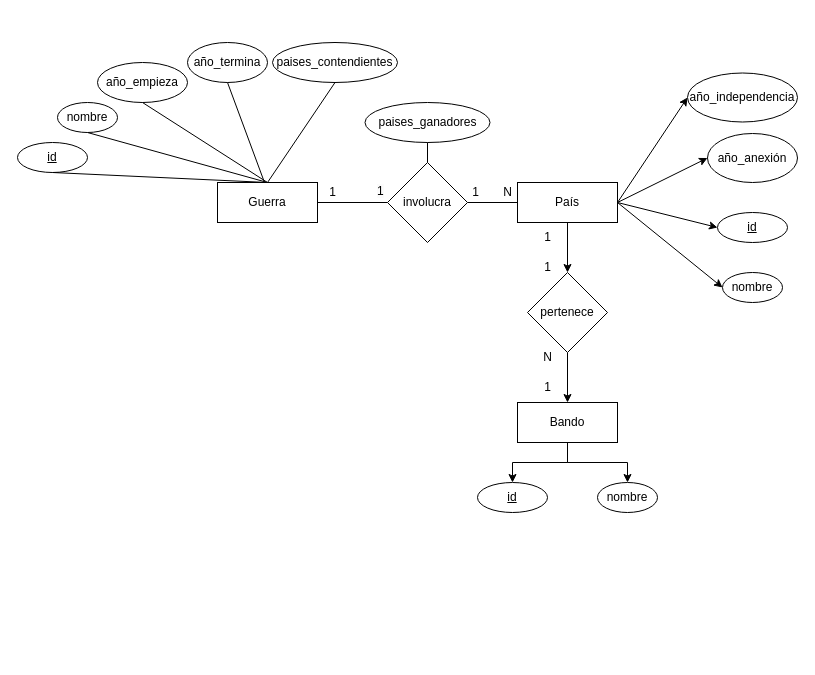
adriii28/amr-tsys-C3U12-11102023 keeps this draw.io diagram as ej4.drawio. Above is the earlier version. Source tidied: cells renumbered, new cells numbered last; positions are measured from the earlier drawing's top-left corner, leaving out a move shared by most shapes. Both pictures are drawn from the tidied source at 100%, with x=0, y=0 at pixel (17, 42).
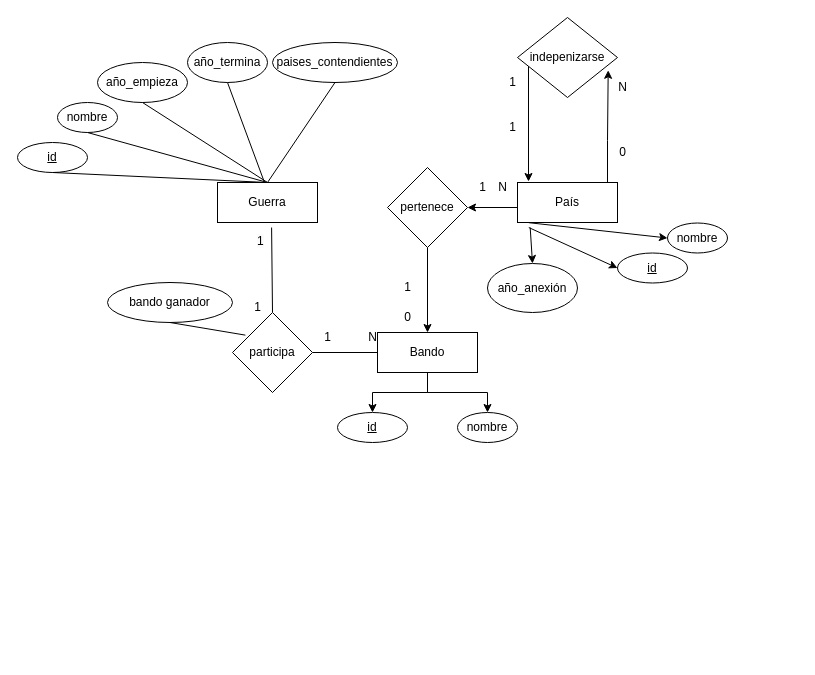
The same page after the edit.

The change refers to these unchanged cells:
```xml
<mxCell id="3" value="Guerra" style="whiteSpace=wrap;html=1;align=center;" parent="1" vertex="1">
  <mxGeometry x="200" y="140" width="100" height="40" as="geometry" />
</mxCell>
<mxCell id="5" value="País" style="whiteSpace=wrap;html=1;align=center;" parent="1" vertex="1">
  <mxGeometry x="500" y="140" width="100" height="40" as="geometry" />
</mxCell>
```

Change to the diagram source:
```diff
@@
-    <mxCell id="2" style="edgeStyle=orthogonalEdgeStyle;rounded=0;jettySize=auto;html=1;entryX=0.5;entryY=0;entryDx=0;entryDy=0;exitX=0.5;exitY=1;exitDx=0;exitDy=0;" parent="1" edge="1" source="5" target="19">
-      <mxGeometry relative="1" as="geometry" />
+    <mxCell id="2" style="edgeStyle=orthogonalEdgeStyle;rounded=0;jettySize=auto;html=1;entryX=1;entryY=0.5;entryDx=0;entryDy=0;exitX=0;exitY=0.5;exitDx=0;exitDy=0;" parent="1" edge="1" source="5" target="19">
+      <mxGeometry relative="1" as="geometry">
+        <Array as="points">
+          <mxPoint x="500" y="165" />
+        </Array>
+      </mxGeometry>
     </mxCell>
@@
-    <mxCell id="4" style="rounded=0;jettySize=auto;html=1;entryX=0;entryY=0.5;entryDx=0;entryDy=0;exitX=1;exitY=0.5;exitDx=0;exitDy=0;" parent="1" edge="1" source="5" target="21">
-      <mxGeometry relative="1" as="geometry" />
-    </mxCell>
+    <mxCell id="45" style="edgeStyle=orthogonalEdgeStyle;rounded=0;jettySize=auto;html=1;entryX=0.907;entryY=0.66;entryDx=0;entryDy=0;entryPerimeter=0;" parent="1" edge="1" source="5" target="46">
+      <mxGeometry relative="1" as="geometry">
+        <Array as="points">
+          <mxPoint x="590" y="98" />
+          <mxPoint x="591" y="98" />
+        </Array>
+      </mxGeometry>
+    </mxCell>
@@
-    <mxCell id="10" style="endArrow=none;html=1;rounded=0;entryX=1;entryY=0.5;entryDx=0;entryDy=0;" parent="1" edge="1" target="3">
-      <mxGeometry relative="1" as="geometry">
-        <mxPoint x="370" y="160" as="sourcePoint" />
-      </mxGeometry>
+    <mxCell id="10" style="endArrow=none;html=1;rounded=0;entryX=0.541;entryY=1.126;entryDx=0;entryDy=0;exitX=0.5;exitY=0;exitDx=0;exitDy=0;entryPerimeter=0;" parent="1" edge="1" source="12" target="3">
+      <mxGeometry relative="1" as="geometry" />
     </mxCell>
-    <mxCell id="11" style="endArrow=none;html=1;rounded=0;exitX=0;exitY=0.5;exitDx=0;exitDy=0;entryX=1;entryY=0.5;entryDx=0;entryDy=0;" parent="1" edge="1" source="5" target="12">
+    <mxCell id="11" style="endArrow=none;html=1;rounded=0;exitX=0;exitY=0.5;exitDx=0;exitDy=0;entryX=1;entryY=0.5;entryDx=0;entryDy=0;" parent="1" edge="1" source="38" target="12">
       <mxGeometry relative="1" as="geometry" />
     </mxCell>
-    <mxCell id="12" value="involucra" style="rhombus;whiteSpace=wrap;html=1;" parent="1" vertex="1">
-      <mxGeometry x="370" y="120" width="80" height="80" as="geometry" />
+    <mxCell id="12" value="participa" style="rhombus;whiteSpace=wrap;html=1;" parent="1" vertex="1">
+      <mxGeometry x="215" y="270" width="80" height="80" as="geometry" />
     </mxCell>
@@
-    <mxCell id="15" value="paises_ganadores" style="ellipse;whiteSpace=wrap;html=1;" parent="1" vertex="1">
-      <mxGeometry x="347.5" y="60" width="125" height="40" as="geometry" />
+    <mxCell id="15" value="bando ganador" style="ellipse;whiteSpace=wrap;html=1;" parent="1" vertex="1">
+      <mxGeometry x="90" y="240" width="125" height="40" as="geometry" />
     </mxCell>
-    <mxCell id="16" style="endArrow=none;html=1;rounded=0;entryX=0.5;entryY=0;entryDx=0;entryDy=0;exitX=0.5;exitY=1;exitDx=0;exitDy=0;" parent="1" edge="1" source="15" target="12">
+    <mxCell id="16" style="endArrow=none;html=1;rounded=0;entryX=0.161;entryY=0.283;entryDx=0;entryDy=0;exitX=0.5;exitY=1;exitDx=0;exitDy=0;entryPerimeter=0;" parent="1" edge="1" source="15" target="12">
       <mxGeometry relative="1" as="geometry" />
     </mxCell>
@@
-    <mxCell id="18" style="edgeStyle=orthogonalEdgeStyle;rounded=0;jettySize=auto;html=1;entryX=0.5;entryY=0;entryDx=0;entryDy=0;" parent="1" edge="1" source="19" target="38">
+    <mxCell id="18" style="edgeStyle=orthogonalEdgeStyle;rounded=0;jettySize=auto;html=1;entryX=0.5;entryY=0;entryDx=0;entryDy=0;exitX=0.5;exitY=1;exitDx=0;exitDy=0;" parent="1" edge="1" source="19" target="38">
       <mxGeometry relative="1" as="geometry" />
     </mxCell>
     <mxCell id="19" value="pertenece" style="rhombus;whiteSpace=wrap;html=1;" parent="1" vertex="1">
-      <mxGeometry x="510" y="230" width="80" height="80" as="geometry" />
+      <mxGeometry x="370" y="125" width="80" height="80" as="geometry" />
     </mxCell>
     <mxCell id="20" value="&lt;u&gt;id&lt;/u&gt;" style="ellipse;whiteSpace=wrap;html=1;align=center;" parent="1" vertex="1">
-      <mxGeometry x="700" y="170" width="70" height="30" as="geometry" />
+      <mxGeometry x="600" y="210.5" width="70" height="30" as="geometry" />
     </mxCell>
-    <mxCell id="21" value="año_independencia" style="ellipse;whiteSpace=wrap;html=1;align=center;" parent="1" vertex="1">
-      <mxGeometry x="670" y="30.5" width="110" height="49" as="geometry" />
-    </mxCell>
     <mxCell id="22" value="año_anexión" style="ellipse;whiteSpace=wrap;html=1;align=center;" parent="1" vertex="1">
-      <mxGeometry x="690" y="91" width="90" height="49" as="geometry" />
+      <mxGeometry x="470" y="221" width="90" height="49" as="geometry" />
     </mxCell>
     <mxCell id="23" value="nombre" style="ellipse;whiteSpace=wrap;html=1;align=center;" parent="1" vertex="1">
-      <mxGeometry x="705" y="230" width="60" height="30" as="geometry" />
+      <mxGeometry x="650" y="180.5" width="60" height="30" as="geometry" />
     </mxCell>
@@
-    <mxCell id="29" style="rounded=0;jettySize=auto;html=1;entryX=0;entryY=0.5;entryDx=0;entryDy=0;exitX=1;exitY=0.5;exitDx=0;exitDy=0;" parent="1" edge="1" source="5" target="22">
+    <mxCell id="29" style="rounded=0;jettySize=auto;html=1;entryX=0.5;entryY=0;entryDx=0;entryDy=0;exitX=0.127;exitY=1.126;exitDx=0;exitDy=0;exitPerimeter=0;" parent="1" edge="1" source="5" target="22">
       <mxGeometry relative="1" as="geometry" />
     </mxCell>
-    <mxCell id="30" style="rounded=0;jettySize=auto;html=1;entryX=0;entryY=0.5;entryDx=0;entryDy=0;exitX=1;exitY=0.5;exitDx=0;exitDy=0;" parent="1" edge="1" source="5" target="20">
+    <mxCell id="30" style="rounded=0;jettySize=auto;html=1;entryX=0;entryY=0.5;entryDx=0;entryDy=0;exitX=0.113;exitY=1.126;exitDx=0;exitDy=0;exitPerimeter=0;" parent="1" edge="1" source="5" target="20">
       <mxGeometry relative="1" as="geometry" />
     </mxCell>
-    <mxCell id="31" style="rounded=0;jettySize=auto;html=1;exitX=1;exitY=0.5;exitDx=0;exitDy=0;entryX=0;entryY=0.5;entryDx=0;entryDy=0;" parent="1" edge="1" source="5" target="23">
+    <mxCell id="31" style="rounded=0;jettySize=auto;html=1;exitX=0.113;exitY=1.005;exitDx=0;exitDy=0;entryX=0;entryY=0.5;entryDx=0;entryDy=0;exitPerimeter=0;" parent="1" edge="1" source="5" target="23">
       <mxGeometry relative="1" as="geometry" />
     </mxCell>
     <mxCell id="32" value="1" style="text;html=1;align=center;verticalAlign=middle;strokeColor=none;fillColor=none;" parent="1" vertex="1">
-      <mxGeometry x="442.5" y="135" width="30" height="30" as="geometry" />
+      <mxGeometry x="295" y="280" width="30" height="30" as="geometry" />
     </mxCell>
     <mxCell id="33" value="N" style="text;html=1;align=center;verticalAlign=middle;strokeColor=none;fillColor=none;" parent="1" vertex="1">
-      <mxGeometry x="475" y="135" width="30" height="30" as="geometry" />
+      <mxGeometry x="340" y="280" width="30" height="30" as="geometry" />
     </mxCell>
     <mxCell id="34" value="1" style="text;html=1;align=center;verticalAlign=middle;strokeColor=none;fillColor=none;" parent="1" vertex="1">
-      <mxGeometry x="300" y="135" width="30" height="30" as="geometry" />
+      <mxGeometry x="225" y="250" width="30" height="30" as="geometry" />
     </mxCell>
     <mxCell id="35" value="&lt;span style=&quot;color: rgb(0, 0, 0); font-family: Helvetica; font-size: 12px; font-style: normal; font-variant-ligatures: normal; font-variant-caps: normal; font-weight: 400; letter-spacing: normal; orphans: 2; text-align: center; text-indent: 0px; text-transform: none; widows: 2; word-spacing: 0px; -webkit-text-stroke-width: 0px; background-color: rgb(251, 251, 251); text-decoration-thickness: initial; text-decoration-style: initial; text-decoration-color: initial; float: none; display: inline !important;&quot;&gt;1&lt;/span&gt;" style="text;whiteSpace=wrap;html=1;" parent="1" vertex="1">
-      <mxGeometry x="357.5" y="135" width="12.5" height="20" as="geometry" />
+      <mxGeometry x="237.5" y="185" width="12.5" height="20" as="geometry" />
     </mxCell>
@@
     <mxCell id="38" value="Bando" style="whiteSpace=wrap;html=1;align=center;" parent="1" vertex="1">
-      <mxGeometry x="500" y="360" width="100" height="40" as="geometry" />
+      <mxGeometry x="360" y="290" width="100" height="40" as="geometry" />
     </mxCell>
     <mxCell id="39" value="&lt;u&gt;id&lt;/u&gt;" style="ellipse;whiteSpace=wrap;html=1;align=center;" parent="1" vertex="1">
-      <mxGeometry x="460" y="440" width="70" height="30" as="geometry" />
+      <mxGeometry x="320" y="370" width="70" height="30" as="geometry" />
     </mxCell>
     <mxCell id="40" value="nombre" style="ellipse;whiteSpace=wrap;html=1;align=center;" parent="1" vertex="1">
-      <mxGeometry x="580" y="440" width="60" height="30" as="geometry" />
+      <mxGeometry x="440" y="370" width="60" height="30" as="geometry" />
     </mxCell>
-    <mxCell id="41" value="1" style="text;html=1;align=center;verticalAlign=middle;strokeColor=none;fillColor=none;" parent="1" vertex="1">
-      <mxGeometry x="515" y="330" width="30" height="30" as="geometry" />
+    <mxCell id="41" value="0" style="text;html=1;align=center;verticalAlign=middle;strokeColor=none;fillColor=none;" parent="1" vertex="1">
+      <mxGeometry x="375" y="260" width="30" height="30" as="geometry" />
     </mxCell>
-    <mxCell id="42" value="N" style="text;html=1;align=center;verticalAlign=middle;strokeColor=none;fillColor=none;" parent="1" vertex="1">
-      <mxGeometry x="515" y="300" width="30" height="30" as="geometry" />
+    <mxCell id="42" value="1" style="text;html=1;align=center;verticalAlign=middle;strokeColor=none;fillColor=none;" parent="1" vertex="1">
+      <mxGeometry x="375" y="230" width="30" height="30" as="geometry" />
     </mxCell>
-    <mxCell id="43" value="1" style="text;html=1;align=center;verticalAlign=middle;strokeColor=none;fillColor=none;" parent="1" vertex="1">
-      <mxGeometry x="515" y="180" width="30" height="30" as="geometry" />
+    <mxCell id="43" value="N" style="text;html=1;align=center;verticalAlign=middle;strokeColor=none;fillColor=none;" parent="1" vertex="1">
+      <mxGeometry x="470" y="130" width="30" height="30" as="geometry" />
     </mxCell>
     <mxCell id="44" value="1" style="text;html=1;align=center;verticalAlign=middle;strokeColor=none;fillColor=none;" parent="1" vertex="1">
-      <mxGeometry x="515" y="210" width="30" height="30" as="geometry" />
+      <mxGeometry x="450" y="130" width="30" height="30" as="geometry" />
     </mxCell>
+    <mxCell id="46" value="indepenizarse" style="rhombus;whiteSpace=wrap;html=1;" parent="1" vertex="1">
+      <mxGeometry x="500" y="-25" width="100" height="80" as="geometry" />
+    </mxCell>
+    <mxCell id="47" style="edgeStyle=orthogonalEdgeStyle;rounded=0;jettySize=auto;html=1;entryX=0.11;entryY=-0.025;entryDx=0;entryDy=0;entryPerimeter=0;" parent="1" edge="1" source="46" target="5">
+      <mxGeometry relative="1" as="geometry">
+        <Array as="points">
+          <mxPoint x="511" y="20" />
+        </Array>
+      </mxGeometry>
+    </mxCell>
+    <mxCell id="48" value="1" style="text;html=1;align=center;verticalAlign=middle;strokeColor=none;fillColor=none;" parent="1" vertex="1">
+      <mxGeometry x="480" y="70" width="30" height="30" as="geometry" />
+    </mxCell>
+    <mxCell id="49" value="1" style="text;html=1;align=center;verticalAlign=middle;strokeColor=none;fillColor=none;" parent="1" vertex="1">
+      <mxGeometry x="480" y="25" width="30" height="30" as="geometry" />
+    </mxCell>
+    <mxCell id="50" value="0" style="text;html=1;align=center;verticalAlign=middle;strokeColor=none;fillColor=none;" parent="1" vertex="1">
+      <mxGeometry x="590" y="95" width="30" height="30" as="geometry" />
+    </mxCell>
+    <mxCell id="51" value="N" style="text;html=1;align=center;verticalAlign=middle;strokeColor=none;fillColor=none;" parent="1" vertex="1">
+      <mxGeometry x="590" y="30" width="30" height="30" as="geometry" />
+    </mxCell>
```
